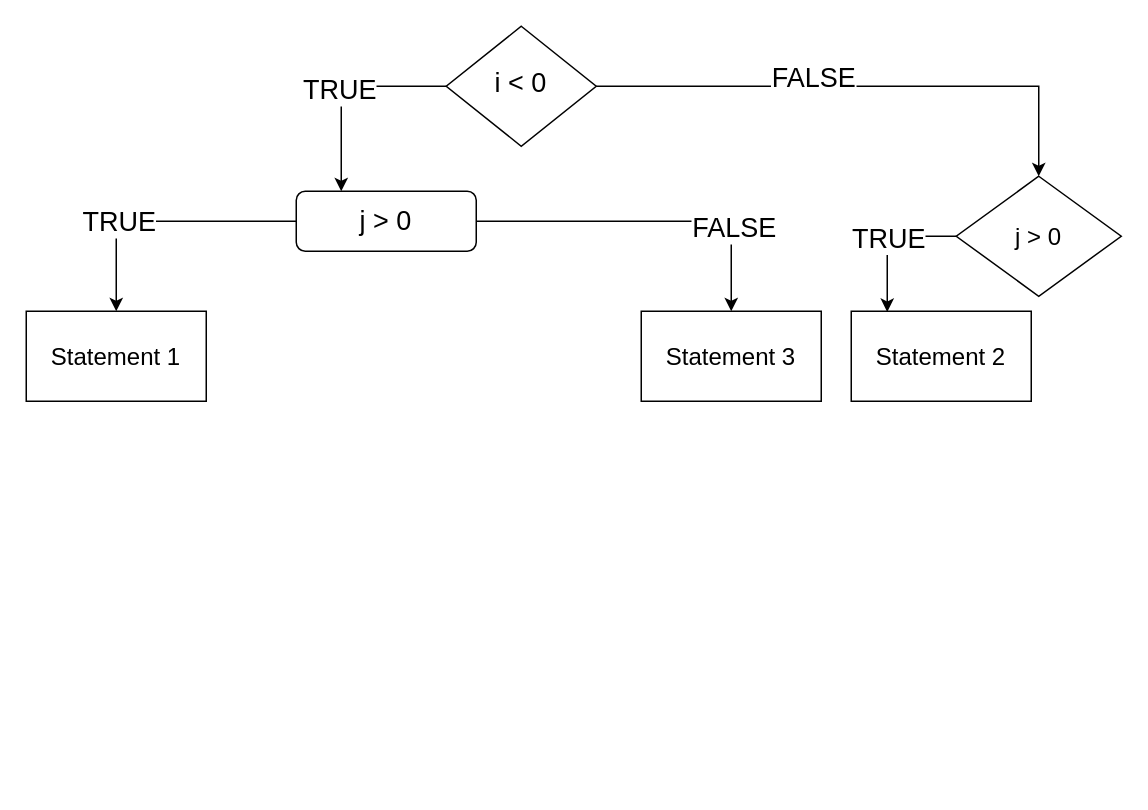
The draw.io diagram AlgorithmDevelopment1.drawio in jepenguu/FirstCpp, before the edit. Source tidied: cells renumbered, new cells numbered last; positions are measured from the earlier drawing's top-left corner, leaving out a move shared by most shapes. Both pictures are drawn from the tidied source at 150%, with x=0, y=0 at pixel (26, 26).
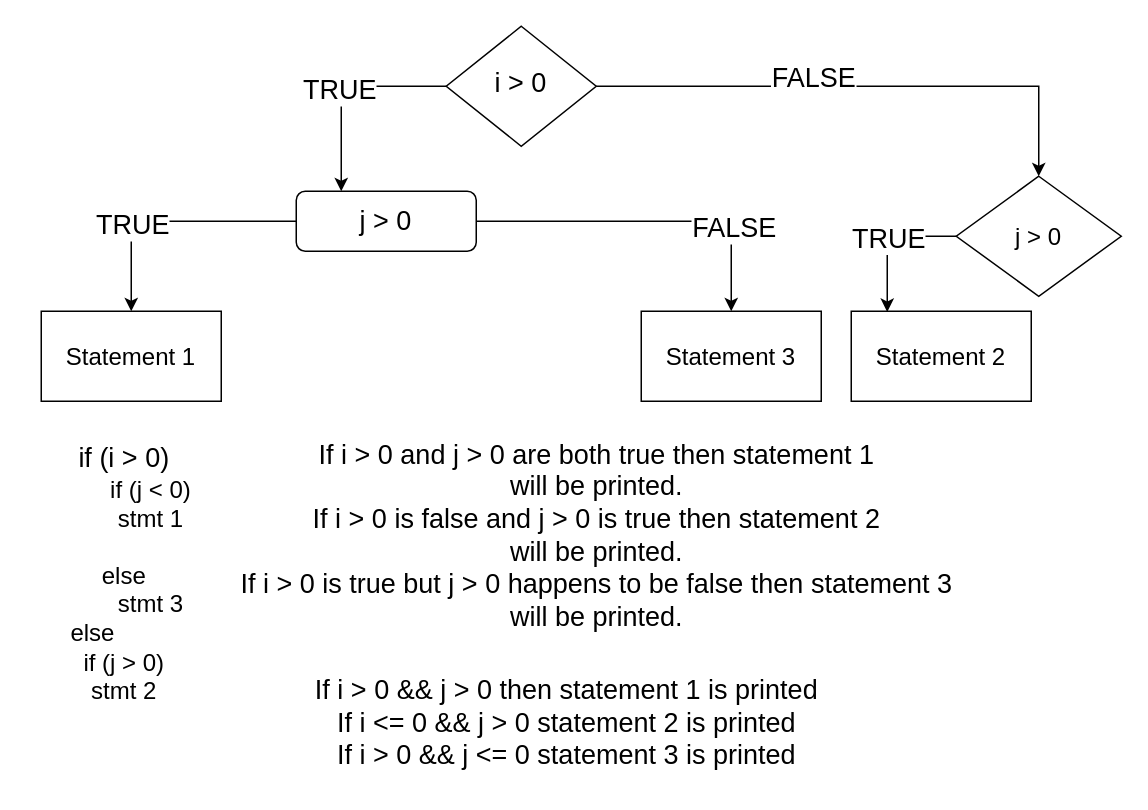
After the change.

What changed in the source:
```diff
@@
-    <mxCell id="11" value="&lt;font style=&quot;font-size: 18px;&quot;&gt;i &amp;lt; 0&lt;/font&gt;" style="rhombus;whiteSpace=wrap;html=1;shadow=0;fontFamily=Helvetica;fontSize=12;align=center;strokeWidth=1;spacing=6;spacingTop=-4;" parent="1" vertex="1">
+    <mxCell id="11" value="&lt;font style=&quot;font-size: 18px;&quot;&gt;i &amp;gt; 0&lt;/font&gt;" style="rhombus;whiteSpace=wrap;html=1;shadow=0;fontFamily=Helvetica;fontSize=12;align=center;strokeWidth=1;spacing=6;spacingTop=-4;" parent="1" vertex="1">
       <mxGeometry x="280" width="100" height="80" as="geometry" />
     </mxCell>
@@
     <mxCell id="13" value="&lt;font size=&quot;3&quot;&gt;Statement 1&lt;/font&gt;" style="whiteSpace=wrap;html=1;" parent="1" vertex="1">
-      <mxGeometry y="190" width="120" height="60" as="geometry" />
+      <mxGeometry x="10" y="190" width="120" height="60" as="geometry" />
     </mxCell>
@@
+    <mxCell id="18" value="&lt;font style=&quot;font-size: 18px;&quot;&gt;if (i &amp;gt; 0)&lt;/font&gt;&lt;div&gt;&lt;font size=&quot;3&quot; style=&quot;&quot;&gt;&lt;span style=&quot;white-space: pre;&quot;&gt;&#9;&lt;/span&gt;if (j &amp;lt; 0)&lt;/font&gt;&lt;/div&gt;&lt;div&gt;&lt;font size=&quot;3&quot; style=&quot;&quot;&gt;&lt;span style=&quot;white-space: pre;&quot;&gt;&#9;&lt;/span&gt;stmt 1&lt;/font&gt;&lt;/div&gt;&lt;div&gt;&lt;font size=&quot;3&quot; style=&quot;&quot;&gt;&lt;br&gt;&lt;/font&gt;&lt;/div&gt;&lt;div&gt;&lt;font size=&quot;3&quot; style=&quot;&quot;&gt;else&lt;/font&gt;&lt;/div&gt;&lt;div&gt;&lt;font size=&quot;3&quot;&gt;&lt;span style=&quot;white-space: pre;&quot;&gt;&#9;&lt;/span&gt;stmt 3&lt;br&gt;&lt;/font&gt;&lt;/div&gt;&lt;div&gt;&lt;font size=&quot;3&quot;&gt;else&lt;span style=&quot;white-space: pre;&quot;&gt;&#9;&lt;/span&gt;&lt;span style=&quot;white-space: pre;&quot;&gt;&#9;&lt;/span&gt;&lt;/font&gt;&lt;/div&gt;&lt;div&gt;&lt;font size=&quot;3&quot;&gt;if (j &amp;gt; 0)&lt;/font&gt;&lt;/div&gt;&lt;div&gt;&lt;font size=&quot;3&quot;&gt;stmt 2&lt;/font&gt;&lt;/div&gt;" style="text;html=1;align=center;verticalAlign=middle;strokeColor=none;fillColor=none;" parent="1" vertex="1">
+      <mxGeometry x="10" y="270" width="110" height="190" as="geometry" />
+    </mxCell>
+    <mxCell id="19" value="&lt;font style=&quot;font-size: 18px;&quot;&gt;If i &amp;gt; 0 and j &amp;gt; 0 are both true then statement 1&lt;/font&gt;&lt;div&gt;&lt;font style=&quot;font-size: 18px;&quot;&gt;will be printed.&lt;/font&gt;&lt;/div&gt;&lt;div&gt;&lt;font style=&quot;font-size: 18px;&quot;&gt;If i &amp;gt; 0 is false and j &amp;gt; 0 is true then statement 2&lt;/font&gt;&lt;/div&gt;&lt;div&gt;&lt;font style=&quot;font-size: 18px;&quot;&gt;will be printed.&lt;/font&gt;&lt;/div&gt;&lt;div&gt;&lt;font style=&quot;font-size: 18px;&quot;&gt;If i &amp;gt; 0 is true but j &amp;gt; 0 happens to be false then statement 3&lt;/font&gt;&lt;/div&gt;&lt;div&gt;&lt;font style=&quot;font-size: 18px;&quot;&gt;will be printed.&lt;/font&gt;&lt;/div&gt;" style="text;html=1;align=center;verticalAlign=middle;strokeColor=none;fillColor=none;" parent="1" vertex="1">
+      <mxGeometry x="130" y="270" width="500" height="140" as="geometry" />
+    </mxCell>
+    <mxCell id="20" value="&lt;font style=&quot;font-size: 18px;&quot;&gt;If i &amp;gt; 0 &amp;amp;&amp;amp; j &amp;gt; 0 then statement 1 is printed&lt;/font&gt;&lt;div&gt;&lt;font style=&quot;font-size: 18px;&quot;&gt;If i &amp;lt;= 0 &amp;amp;&amp;amp; j &amp;gt; 0 statement 2 is printed&lt;/font&gt;&lt;/div&gt;&lt;div&gt;&lt;font style=&quot;font-size: 18px;&quot;&gt;If i &amp;gt; 0 &amp;amp;&amp;amp; j &amp;lt;= 0 statement 3 is printed&lt;/font&gt;&lt;/div&gt;" style="text;html=1;align=center;verticalAlign=middle;strokeColor=none;fillColor=none;" parent="1" vertex="1">
+      <mxGeometry x="180" y="425" width="360" height="80" as="geometry" />
+    </mxCell>
```
